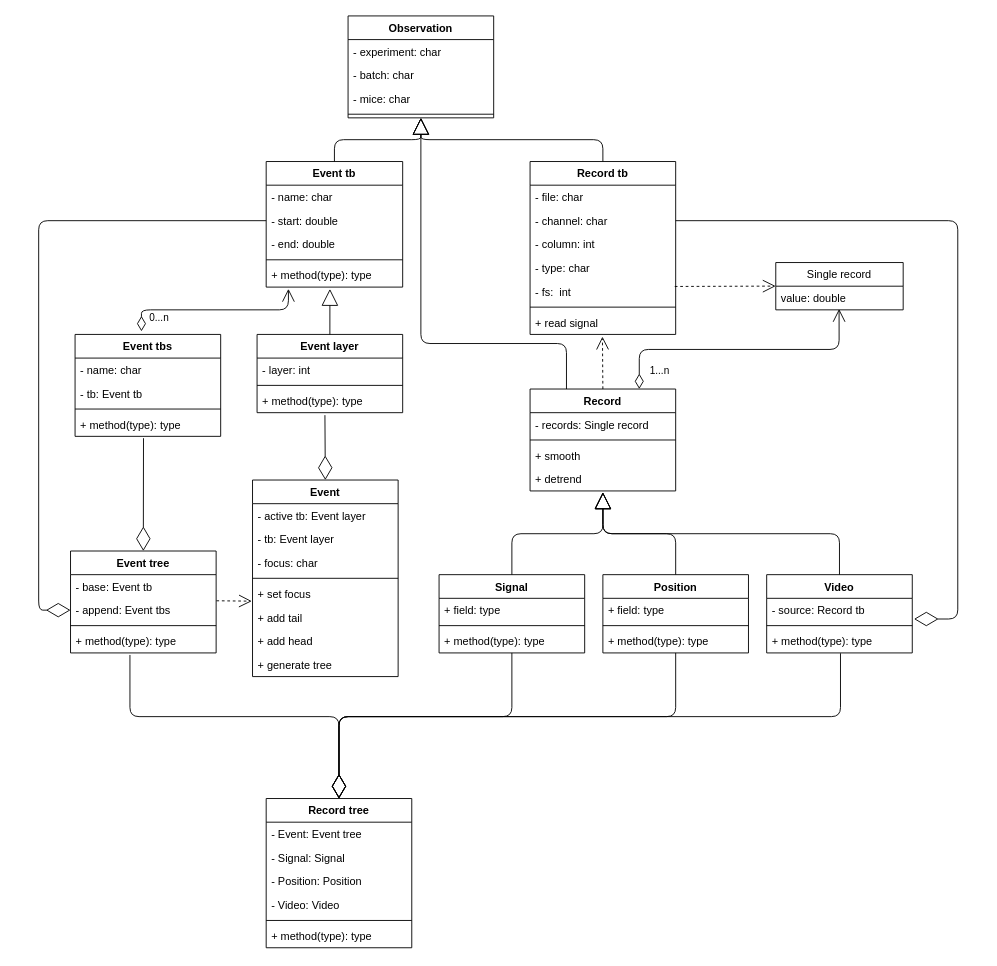
This is design/casignal2 Diagram.drawio from c57bl/caSignal2, a draw.io file, before an edit. Source tidied: cells renumbered, new cells numbered last; positions are measured from the earlier drawing's top-left corner, leaving out a move shared by most shapes. Both pictures are drawn from the tidied source at 91%, with x=0, y=0 at pixel (38, 15).
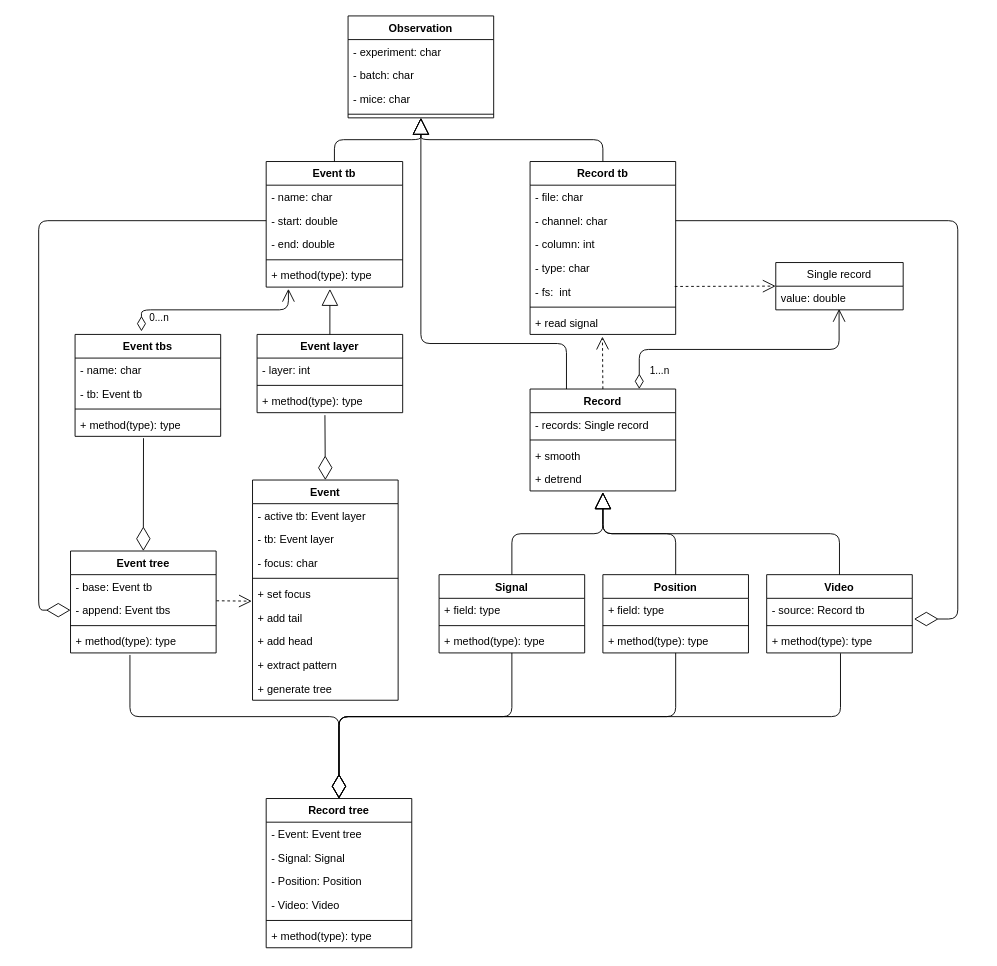
Above is the later version.

The edit, as a diff of the source:
```diff
@@
     <mxCell id="21" value="Event" style="swimlane;fontStyle=1;align=center;verticalAlign=top;horizontal=1;startSize=26;" parent="1" vertex="1">
-      <mxGeometry x="235" y="510" width="160" height="216" as="geometry" />
+      <mxGeometry x="235" y="510" width="160" height="242" as="geometry" />
     </mxCell>
@@
+    <mxCell id="90" value="+ extract pattern" style="text;strokeColor=none;fillColor=none;align=left;verticalAlign=top;spacingLeft=4;spacingRight=4;overflow=hidden;" parent="21" vertex="1">
+      <mxGeometry y="190" width="160" height="26" as="geometry" />
+    </mxCell>
     <mxCell id="29" value="+ generate tree" style="text;strokeColor=none;fillColor=none;align=left;verticalAlign=top;spacingLeft=4;spacingRight=4;overflow=hidden;" parent="21" vertex="1">
-      <mxGeometry y="190" width="160" height="26" as="geometry" />
+      <mxGeometry y="216" width="160" height="26" as="geometry" />
     </mxCell>
```
